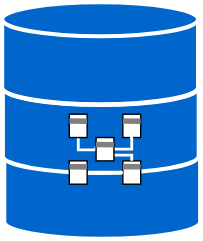
The draw.io diagram doc-db/db-sql.svg in cloudvista/precision-ai, before a commit. Source tidied: cells renumbered, new cells last; positions are measured from the earlier drawing's top-left corner, leaving out a move shared by most shapes.
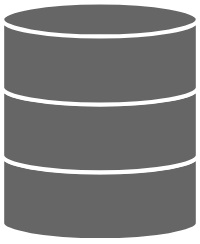
Above is the later version.

What changed in the source:
```diff
@@ -2,90 +2,14 @@
   <root>
     <mxCell id="0" />
     <mxCell id="1" parent="0" />
-    <mxCell id="2" style="strokeWidth=3;html=1;shape=mxgraph.flowchart.database;whiteSpace=wrap;fillColor=#0066CC;strokeColor=#FFFFFF;" parent="1" vertex="1">
-      <mxGeometry x="1.5" y="96" width="140" height="73" as="geometry" />
+    <mxCell id="2" style="strokeWidth=3;html=1;shape=mxgraph.flowchart.database;whiteSpace=wrap;fillColor=#666666;strokeColor=#FFFFFF;" parent="1" vertex="1">
+      <mxGeometry x="29" y="107" width="140" height="73" as="geometry" />
     </mxCell>
-    <mxCell id="3" style="strokeWidth=3;html=1;shape=mxgraph.flowchart.database;whiteSpace=wrap;fillColor=#0066CC;strokeColor=#FFFFFF;" parent="1" vertex="1">
-      <mxGeometry x="0.5" y="49" width="140" height="73" as="geometry" />
+    <mxCell id="3" style="strokeWidth=3;html=1;shape=mxgraph.flowchart.database;whiteSpace=wrap;fillColor=#666666;strokeColor=#FFFFFF;" parent="1" vertex="1">
+      <mxGeometry x="29" y="58.5" width="140" height="73" as="geometry" />
     </mxCell>
-    <mxCell id="4" style="strokeWidth=3;html=1;shape=mxgraph.flowchart.database;whiteSpace=wrap;fillColor=#0066CC;strokeColor=#FFFFFF;" parent="1" vertex="1">
-      <mxGeometry width="140" height="73" as="geometry" />
+    <mxCell id="4" style="strokeWidth=3;html=1;shape=mxgraph.flowchart.database;whiteSpace=wrap;fillColor=#666666;strokeColor=#FFFFFF;" parent="1" vertex="1">
+      <mxGeometry x="29" y="10" width="140" height="73" as="geometry" />
     </mxCell>
-    <mxCell id="5" style="group;" parent="1" vertex="1">
-      <mxGeometry x="48" y="80" width="51" height="50" as="geometry" />
-    </mxCell>
-    <mxCell id="6" style="edgeStyle=orthogonalEdgeStyle;rounded=0;html=1;exitX=0.5;exitY=1;exitDx=0;exitDy=0;entryX=0;entryY=0.5;entryDx=0;entryDy=0;strokeColor=#FFFFFF;strokeWidth=2;endArrow=none;endFill=0;" parent="5" edge="1">
-      <mxGeometry relative="1" as="geometry">
-        <mxPoint x="6.4" y="14.5" as="sourcePoint" />
-        <mxPoint x="19.1" y="22.9" as="targetPoint" />
-        <Array as="points">
-          <mxPoint x="6" y="25.5" />
-          <mxPoint x="19" y="25.5" />
-        </Array>
-      </mxGeometry>
-    </mxCell>
-    <mxCell id="7" style="rounded=0;whiteSpace=wrap;html=1;" parent="5" vertex="1">
-      <mxGeometry width="12.8" height="16.7" as="geometry" />
-    </mxCell>
-    <mxCell id="8" style="rounded=0;whiteSpace=wrap;html=1;" parent="5" vertex="1">
-      <mxGeometry x="38.2" width="12.8" height="16.7" as="geometry" />
-    </mxCell>
-    <mxCell id="9" style="edgeStyle=orthogonalEdgeStyle;rounded=0;html=1;exitX=1;exitY=0.5;exitDx=0;exitDy=0;entryX=0.403;entryY=1;entryDx=0;entryDy=0;strokeColor=#FFFFFF;endArrow=none;endFill=0;entryPerimeter=0;strokeWidth=2;" parent="5" edge="1" source="18" target="8">
-      <mxGeometry relative="1" as="geometry">
-        <Array as="points">
-          <mxPoint x="44.6" y="25" />
-          <mxPoint x="44.6" y="16.7" />
-        </Array>
-      </mxGeometry>
-    </mxCell>
-    <mxCell id="10" style="rounded=0;whiteSpace=wrap;html=1;" parent="5" vertex="1">
-      <mxGeometry x="38.2" y="33.3" width="12.8" height="16.7" as="geometry" />
-    </mxCell>
-    <mxCell id="11" style="edgeStyle=orthogonalEdgeStyle;rounded=0;html=1;exitX=1;exitY=0.5;exitDx=0;exitDy=0;entryX=0;entryY=0.5;entryDx=0;entryDy=0;strokeColor=#FFFFFF;endArrow=none;endFill=0;strokeWidth=2;" parent="5" edge="1" source="12" target="10">
-      <mxGeometry relative="1" as="geometry" />
-    </mxCell>
-    <mxCell id="12" style="rounded=0;whiteSpace=wrap;html=1;" parent="5" vertex="1">
-      <mxGeometry y="33.3" width="12.8" height="16.7" as="geometry" />
-    </mxCell>
-    <mxCell id="13" style="endArrow=none;html=1;rounded=0;strokeColor=#808080;exitX=1;exitY=0.5;exitDx=0;exitDy=0;strokeWidth=4;" parent="5" edge="1">
-      <mxGeometry relative="1" as="geometry">
-        <mxPoint x="12.8" y="5" as="sourcePoint" />
-        <mxPoint y="4.9" as="targetPoint" />
-      </mxGeometry>
-    </mxCell>
-    <mxCell id="14" style="endArrow=none;html=1;rounded=0;strokeColor=#808080;exitX=1;exitY=0.5;exitDx=0;exitDy=0;strokeWidth=4;" parent="5" edge="1">
-      <mxGeometry relative="1" as="geometry">
-        <mxPoint x="51" y="5" as="sourcePoint" />
-        <mxPoint x="38.2" y="4.9" as="targetPoint" />
-      </mxGeometry>
-    </mxCell>
-    <mxCell id="15" style="endArrow=none;html=1;rounded=0;strokeColor=#808080;exitX=1;exitY=0.5;exitDx=0;exitDy=0;strokeWidth=4;" parent="5" edge="1">
-      <mxGeometry relative="1" as="geometry">
-        <mxPoint x="51" y="37.5" as="sourcePoint" />
-        <mxPoint x="38.2" y="37.4" as="targetPoint" />
-      </mxGeometry>
-    </mxCell>
-    <mxCell id="16" style="endArrow=none;html=1;rounded=0;strokeColor=#808080;exitX=1;exitY=0.5;exitDx=0;exitDy=0;strokeWidth=4;" parent="5" edge="1">
-      <mxGeometry relative="1" as="geometry">
-        <mxPoint x="12.8" y="37.6" as="sourcePoint" />
-        <mxPoint y="37.5" as="targetPoint" />
-      </mxGeometry>
-    </mxCell>
-    <mxCell id="17" style="edgeStyle=orthogonalEdgeStyle;rounded=0;html=1;exitX=1;exitY=0.75;exitDx=0;exitDy=0;strokeColor=#FFFFFF;endArrow=none;endFill=0;entryX=0.5;entryY=0;entryDx=0;entryDy=0;strokeWidth=2;" parent="5" edge="1" source="18" target="10">
-      <mxGeometry relative="1" as="geometry">
-        <Array as="points">
-          <mxPoint x="44.6" y="29.2" />
-        </Array>
-      </mxGeometry>
-    </mxCell>
-    <mxCell id="18" style="rounded=0;whiteSpace=wrap;html=1;" parent="5" vertex="1">
-      <mxGeometry x="19.1" y="16.7" width="12.8" height="16.7" as="geometry" />
-    </mxCell>
-    <mxCell id="19" style="endArrow=none;html=1;rounded=0;strokeColor=#808080;exitX=1;exitY=0.5;exitDx=0;exitDy=0;strokeWidth=4;" parent="5" edge="1">
-      <mxGeometry relative="1" as="geometry">
-        <mxPoint x="31.9" y="21.8" as="sourcePoint" />
-        <mxPoint x="19.1" y="21.7" as="targetPoint" />
-      </mxGeometry>
-    </mxCell>
   </root>
 </mxGraphModel>
```
